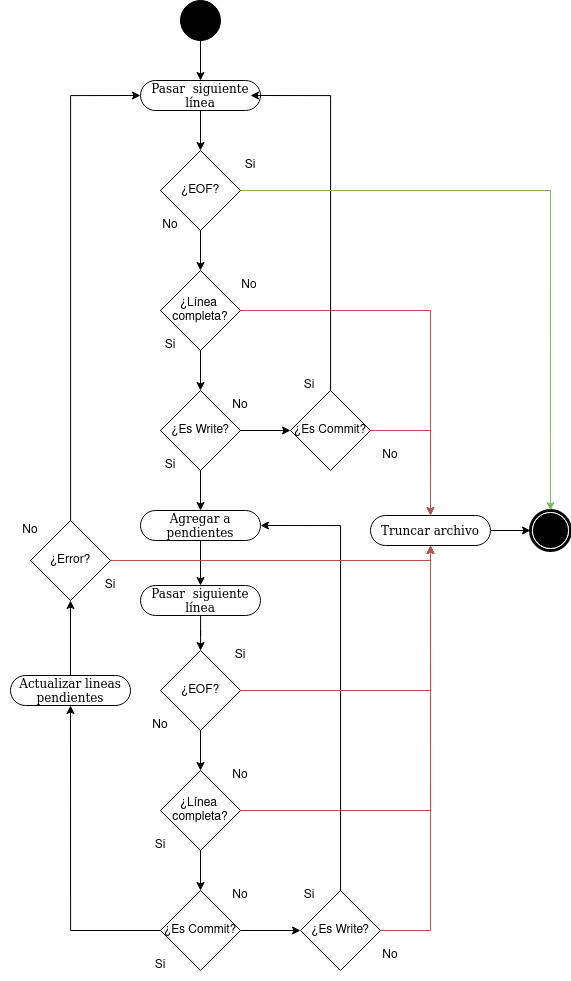
Above: imgs/actividades_recu.png in FrancoBar/Distribuidos-Tp2 (draw.io), before the change. Source tidied: cells renumbered, new cells last; positions are measured from the earlier drawing's top-left corner, leaving out a move shared by most shapes. The source it was exported from:
```xml
<mxGraphModel>
  <root>
    <mxCell id="0" />
    <mxCell id="1" parent="0" />
    <mxCell id="2" value="Si" style="text;html=1;strokeColor=none;fillColor=none;align=center;verticalAlign=middle;whiteSpace=wrap;rounded=0;" parent="1" vertex="1">
      <mxGeometry x="140" y="330" width="60" height="30" as="geometry" />
    </mxCell>
    <mxCell id="3" style="edgeStyle=orthogonalEdgeStyle;rounded=0;jettySize=auto;html=1;entryX=0.5;entryY=0;entryDx=0;entryDy=0;fontSize=12;startArrow=none;startFill=0;" parent="1" edge="1" source="5">
      <mxGeometry relative="1" as="geometry">
        <mxPoint x="200" y="510" as="targetPoint" />
      </mxGeometry>
    </mxCell>
    <mxCell id="4" style="edgeStyle=orthogonalEdgeStyle;rounded=0;jettySize=auto;html=1;entryX=0;entryY=0.5;entryDx=0;entryDy=0;fontSize=12;startArrow=none;startFill=0;" parent="1" edge="1" source="5" target="37">
      <mxGeometry relative="1" as="geometry" />
    </mxCell>
    <mxCell id="5" value="¿Es Write?" style="rhombus;whiteSpace=wrap;html=1;" parent="1" vertex="1">
      <mxGeometry x="160" y="390" width="80" height="80" as="geometry" />
    </mxCell>
    <mxCell id="6" style="edgeStyle=orthogonalEdgeStyle;rounded=0;jettySize=auto;html=1;entryX=0.5;entryY=0;entryDx=0;entryDy=0;fontSize=12;startArrow=none;startFill=0;" parent="1" edge="1" source="7" target="44">
      <mxGeometry relative="1" as="geometry" />
    </mxCell>
    <mxCell id="7" value="&lt;div&gt;Pasar&amp;nbsp; siguiente línea&lt;br&gt;&lt;/div&gt;" style="rounded=1;whiteSpace=wrap;html=1;shadow=0;comic=0;labelBackgroundColor=none;strokeWidth=1;fontFamily=Verdana;fontSize=12;align=center;arcSize=50;" parent="1" vertex="1">
      <mxGeometry x="140" y="80" width="120" height="30" as="geometry" />
    </mxCell>
    <mxCell id="8" style="edgeStyle=orthogonalEdgeStyle;rounded=0;jettySize=auto;html=1;entryX=0.5;entryY=0;entryDx=0;entryDy=0;fontSize=12;startArrow=none;startFill=0;" parent="1" edge="1" source="9" target="7">
      <mxGeometry relative="1" as="geometry" />
    </mxCell>
    <mxCell id="9" style="ellipse;whiteSpace=wrap;html=1;rounded=0;shadow=0;comic=0;labelBackgroundColor=none;strokeWidth=1;fillColor=#000000;fontFamily=Verdana;fontSize=12;align=center;" parent="1" vertex="1">
      <mxGeometry x="180" width="40" height="40" as="geometry" />
    </mxCell>
    <mxCell id="10" style="edgeStyle=orthogonalEdgeStyle;rounded=0;jettySize=auto;html=1;entryX=0.5;entryY=0;entryDx=0;entryDy=0;fontSize=12;startArrow=none;startFill=0;" parent="1" edge="1" source="12" target="5">
      <mxGeometry relative="1" as="geometry" />
    </mxCell>
    <mxCell id="11" style="edgeStyle=orthogonalEdgeStyle;rounded=0;jettySize=auto;html=1;entryX=0.5;entryY=0;entryDx=0;entryDy=0;fontSize=12;startArrow=none;startFill=0;fillColor=#f8cecc;strokeColor=#b85450;" parent="1" edge="1" source="12" target="39">
      <mxGeometry relative="1" as="geometry" />
    </mxCell>
    <mxCell id="12" value="¿Línea&amp;nbsp; completa?" style="rhombus;whiteSpace=wrap;html=1;" parent="1" vertex="1">
      <mxGeometry x="160" y="270" width="80" height="80" as="geometry" />
    </mxCell>
    <mxCell id="13" value="No" style="text;html=1;strokeColor=none;fillColor=none;align=center;verticalAlign=middle;whiteSpace=wrap;rounded=0;" parent="1" vertex="1">
      <mxGeometry x="219" y="270" width="60" height="30" as="geometry" />
    </mxCell>
    <mxCell id="14" value="Si" style="text;html=1;strokeColor=none;fillColor=none;align=center;verticalAlign=middle;whiteSpace=wrap;rounded=0;" parent="1" vertex="1">
      <mxGeometry x="140" y="450" width="60" height="30" as="geometry" />
    </mxCell>
    <mxCell id="15" value="No" style="text;html=1;strokeColor=none;fillColor=none;align=center;verticalAlign=middle;whiteSpace=wrap;rounded=0;" parent="1" vertex="1">
      <mxGeometry x="210" y="390" width="60" height="30" as="geometry" />
    </mxCell>
    <mxCell id="16" style="edgeStyle=orthogonalEdgeStyle;rounded=0;jettySize=auto;html=1;fontSize=12;startArrow=none;startFill=0;" parent="1" edge="1" source="17" target="48">
      <mxGeometry relative="1" as="geometry" />
    </mxCell>
    <mxCell id="17" value="&lt;div&gt;Pasar&amp;nbsp; siguiente línea&lt;br&gt;&lt;/div&gt;" style="rounded=1;whiteSpace=wrap;html=1;shadow=0;comic=0;labelBackgroundColor=none;strokeWidth=1;fontFamily=Verdana;fontSize=12;align=center;arcSize=50;" parent="1" vertex="1">
      <mxGeometry x="140" y="585" width="120" height="30" as="geometry" />
    </mxCell>
    <mxCell id="18" value="Si" style="text;html=1;strokeColor=none;fillColor=none;align=center;verticalAlign=middle;whiteSpace=wrap;rounded=0;" parent="1" vertex="1">
      <mxGeometry x="130" y="830" width="60" height="30" as="geometry" />
    </mxCell>
    <mxCell id="19" style="edgeStyle=orthogonalEdgeStyle;rounded=0;jettySize=auto;html=1;entryX=0;entryY=0.5;entryDx=0;entryDy=0;fontSize=12;startArrow=none;startFill=0;" parent="1" edge="1" source="21" target="32">
      <mxGeometry relative="1" as="geometry" />
    </mxCell>
    <mxCell id="20" style="edgeStyle=orthogonalEdgeStyle;rounded=0;jettySize=auto;html=1;entryX=0.5;entryY=1;entryDx=0;entryDy=0;fontSize=12;startArrow=none;startFill=0;" parent="1" edge="1" source="21" target="54">
      <mxGeometry relative="1" as="geometry" />
    </mxCell>
    <mxCell id="21" value="¿Es Commit?" style="rhombus;whiteSpace=wrap;html=1;" parent="1" vertex="1">
      <mxGeometry x="160" y="890" width="80" height="80" as="geometry" />
    </mxCell>
    <mxCell id="22" style="edgeStyle=orthogonalEdgeStyle;rounded=0;jettySize=auto;html=1;entryX=0.5;entryY=0;entryDx=0;entryDy=0;fontSize=12;startArrow=none;startFill=0;" parent="1" edge="1" source="24" target="21">
      <mxGeometry relative="1" as="geometry" />
    </mxCell>
    <mxCell id="23" style="edgeStyle=orthogonalEdgeStyle;rounded=0;jettySize=auto;html=1;entryX=0.5;entryY=1;entryDx=0;entryDy=0;fontSize=12;startArrow=none;startFill=0;fillColor=#f8cecc;strokeColor=#b85450;" parent="1" edge="1" source="24" target="39">
      <mxGeometry relative="1" as="geometry" />
    </mxCell>
    <mxCell id="24" value="¿Línea&amp;nbsp; completa?" style="rhombus;whiteSpace=wrap;html=1;" parent="1" vertex="1">
      <mxGeometry x="160" y="770" width="80" height="80" as="geometry" />
    </mxCell>
    <mxCell id="25" value="No" style="text;html=1;strokeColor=none;fillColor=none;align=center;verticalAlign=middle;whiteSpace=wrap;rounded=0;" parent="1" vertex="1">
      <mxGeometry x="210" y="760" width="60" height="30" as="geometry" />
    </mxCell>
    <mxCell id="26" value="Si" style="text;html=1;strokeColor=none;fillColor=none;align=center;verticalAlign=middle;whiteSpace=wrap;rounded=0;" parent="1" vertex="1">
      <mxGeometry x="130" y="950" width="60" height="30" as="geometry" />
    </mxCell>
    <mxCell id="27" value="No" style="text;html=1;strokeColor=none;fillColor=none;align=center;verticalAlign=middle;whiteSpace=wrap;rounded=0;" parent="1" vertex="1">
      <mxGeometry x="210" y="880" width="60" height="30" as="geometry" />
    </mxCell>
    <mxCell id="28" style="edgeStyle=orthogonalEdgeStyle;rounded=0;jettySize=auto;html=1;entryX=0.5;entryY=0;entryDx=0;entryDy=0;fontSize=12;startArrow=none;startFill=0;" parent="1" edge="1" source="29" target="17">
      <mxGeometry relative="1" as="geometry" />
    </mxCell>
    <mxCell id="29" value="Agregar a pendientes" style="rounded=1;whiteSpace=wrap;html=1;shadow=0;comic=0;labelBackgroundColor=none;strokeWidth=1;fontFamily=Verdana;fontSize=12;align=center;arcSize=50;" parent="1" vertex="1">
      <mxGeometry x="140" y="510" width="120" height="30" as="geometry" />
    </mxCell>
    <mxCell id="30" style="edgeStyle=orthogonalEdgeStyle;rounded=0;jettySize=auto;html=1;entryX=0.5;entryY=1;entryDx=0;entryDy=0;fontSize=12;startArrow=none;startFill=0;fillColor=#f8cecc;strokeColor=#b85450;" parent="1" edge="1" source="32" target="39">
      <mxGeometry relative="1" as="geometry">
        <Array as="points">
          <mxPoint x="430" y="930" />
        </Array>
      </mxGeometry>
    </mxCell>
    <mxCell id="31" style="edgeStyle=orthogonalEdgeStyle;rounded=0;jettySize=auto;html=1;entryX=1;entryY=0.5;entryDx=0;entryDy=0;fontSize=12;startArrow=none;startFill=0;" parent="1" edge="1" source="32" target="29">
      <mxGeometry relative="1" as="geometry">
        <Array as="points">
          <mxPoint x="340" y="525" />
        </Array>
      </mxGeometry>
    </mxCell>
    <mxCell id="32" value="¿Es Write?" style="rhombus;whiteSpace=wrap;html=1;" parent="1" vertex="1">
      <mxGeometry x="300" y="890" width="80" height="80" as="geometry" />
    </mxCell>
    <mxCell id="33" value="No" style="text;html=1;strokeColor=none;fillColor=none;align=center;verticalAlign=middle;whiteSpace=wrap;rounded=0;" parent="1" vertex="1">
      <mxGeometry x="360" y="940" width="60" height="30" as="geometry" />
    </mxCell>
    <mxCell id="34" value="Si" style="text;html=1;strokeColor=none;fillColor=none;align=center;verticalAlign=middle;whiteSpace=wrap;rounded=0;" parent="1" vertex="1">
      <mxGeometry x="279" y="880" width="60" height="30" as="geometry" />
    </mxCell>
    <mxCell id="35" style="edgeStyle=orthogonalEdgeStyle;rounded=0;jettySize=auto;html=1;entryX=0.5;entryY=0;entryDx=0;entryDy=0;fontSize=12;startArrow=none;startFill=0;fillColor=#f8cecc;strokeColor=#b85450;" parent="1" edge="1" source="37" target="39">
      <mxGeometry relative="1" as="geometry">
        <Array as="points">
          <mxPoint x="430" y="430" />
        </Array>
      </mxGeometry>
    </mxCell>
    <mxCell id="36" style="edgeStyle=orthogonalEdgeStyle;rounded=0;jettySize=auto;html=1;entryX=1;entryY=0.5;entryDx=0;entryDy=0;fontSize=12;startArrow=none;startFill=0;" parent="1" edge="1" source="37">
      <mxGeometry relative="1" as="geometry">
        <mxPoint x="250" y="95" as="targetPoint" />
        <Array as="points">
          <mxPoint x="330" y="95" />
        </Array>
      </mxGeometry>
    </mxCell>
    <mxCell id="37" value="¿Es Commit?" style="rhombus;whiteSpace=wrap;html=1;" parent="1" vertex="1">
      <mxGeometry x="290" y="390" width="80" height="80" as="geometry" />
    </mxCell>
    <mxCell id="38" style="edgeStyle=orthogonalEdgeStyle;rounded=0;jettySize=auto;html=1;entryX=0;entryY=0.5;entryDx=0;entryDy=0;fontSize=12;startArrow=none;startFill=0;" parent="1" edge="1" source="39" target="40">
      <mxGeometry relative="1" as="geometry" />
    </mxCell>
    <mxCell id="39" value="Truncar archivo" style="rounded=1;whiteSpace=wrap;html=1;shadow=0;comic=0;labelBackgroundColor=none;strokeWidth=1;fontFamily=Verdana;fontSize=12;align=center;arcSize=50;" parent="1" vertex="1">
      <mxGeometry x="370" y="515" width="120" height="30" as="geometry" />
    </mxCell>
    <mxCell id="40" style="shape=mxgraph.bpmn.shape;html=1;verticalLabelPosition=bottom;labelBackgroundColor=#ffffff;verticalAlign=top;perimeter=ellipsePerimeter;outline=end;symbol=terminate;rounded=0;shadow=0;comic=0;strokeWidth=1;fontFamily=Verdana;fontSize=12;align=center;" parent="1" vertex="1">
      <mxGeometry x="530" y="510" width="40" height="40" as="geometry" />
    </mxCell>
    <mxCell id="41" value="No" style="text;html=1;strokeColor=none;fillColor=none;align=center;verticalAlign=middle;whiteSpace=wrap;rounded=0;" parent="1" vertex="1">
      <mxGeometry x="140" y="210" width="60" height="30" as="geometry" />
    </mxCell>
    <mxCell id="42" style="edgeStyle=orthogonalEdgeStyle;rounded=0;jettySize=auto;html=1;entryX=0.5;entryY=0;entryDx=0;entryDy=0;fontSize=12;startArrow=none;startFill=0;" parent="1" edge="1" source="44" target="12">
      <mxGeometry relative="1" as="geometry" />
    </mxCell>
    <mxCell id="43" style="edgeStyle=orthogonalEdgeStyle;rounded=0;jettySize=auto;html=1;entryX=0.5;entryY=0;entryDx=0;entryDy=0;fontSize=12;startArrow=none;startFill=0;fillColor=#d5e8d4;strokeColor=#82b366;" parent="1" edge="1" source="44" target="40">
      <mxGeometry relative="1" as="geometry" />
    </mxCell>
    <mxCell id="44" value="¿EOF?" style="rhombus;whiteSpace=wrap;html=1;" parent="1" vertex="1">
      <mxGeometry x="160" y="150" width="80" height="80" as="geometry" />
    </mxCell>
    <mxCell id="45" value="Si" style="text;html=1;strokeColor=none;fillColor=none;align=center;verticalAlign=middle;whiteSpace=wrap;rounded=0;" parent="1" vertex="1">
      <mxGeometry x="220" y="150" width="60" height="30" as="geometry" />
    </mxCell>
    <mxCell id="46" style="edgeStyle=orthogonalEdgeStyle;rounded=0;jettySize=auto;html=1;entryX=0.5;entryY=0;entryDx=0;entryDy=0;fontSize=12;startArrow=none;startFill=0;" parent="1" edge="1" source="48" target="24">
      <mxGeometry relative="1" as="geometry" />
    </mxCell>
    <mxCell id="47" style="edgeStyle=orthogonalEdgeStyle;rounded=0;jettySize=auto;html=1;entryX=0.5;entryY=1;entryDx=0;entryDy=0;fontSize=12;startArrow=none;startFill=0;fillColor=#f8cecc;strokeColor=#b85450;" parent="1" edge="1" source="48" target="39">
      <mxGeometry relative="1" as="geometry" />
    </mxCell>
    <mxCell id="48" value="¿EOF?" style="rhombus;whiteSpace=wrap;html=1;" parent="1" vertex="1">
      <mxGeometry x="160" y="650" width="80" height="80" as="geometry" />
    </mxCell>
    <mxCell id="49" value="Si" style="text;html=1;strokeColor=none;fillColor=none;align=center;verticalAlign=middle;whiteSpace=wrap;rounded=0;" parent="1" vertex="1">
      <mxGeometry x="279" y="370" width="60" height="30" as="geometry" />
    </mxCell>
    <mxCell id="50" value="No" style="text;html=1;strokeColor=none;fillColor=none;align=center;verticalAlign=middle;whiteSpace=wrap;rounded=0;" parent="1" vertex="1">
      <mxGeometry x="360" y="440" width="60" height="30" as="geometry" />
    </mxCell>
    <mxCell id="51" value="No" style="text;html=1;strokeColor=none;fillColor=none;align=center;verticalAlign=middle;whiteSpace=wrap;rounded=0;" parent="1" vertex="1">
      <mxGeometry x="130" y="710" width="60" height="30" as="geometry" />
    </mxCell>
    <mxCell id="52" value="Si" style="text;html=1;strokeColor=none;fillColor=none;align=center;verticalAlign=middle;whiteSpace=wrap;rounded=0;" parent="1" vertex="1">
      <mxGeometry x="210" y="640" width="60" height="30" as="geometry" />
    </mxCell>
    <mxCell id="53" style="edgeStyle=orthogonalEdgeStyle;rounded=0;jettySize=auto;html=1;entryX=0.5;entryY=1;entryDx=0;entryDy=0;fontSize=12;startArrow=none;startFill=0;" parent="1" edge="1" source="54" target="57">
      <mxGeometry relative="1" as="geometry" />
    </mxCell>
    <mxCell id="54" value="&lt;div&gt;Actualizar lineas&lt;/div&gt;&lt;div&gt;pendientes&lt;br&gt;&lt;/div&gt;" style="rounded=1;whiteSpace=wrap;html=1;shadow=0;comic=0;labelBackgroundColor=none;strokeWidth=1;fontFamily=Verdana;fontSize=12;align=center;arcSize=50;" parent="1" vertex="1">
      <mxGeometry x="10" y="675" width="120" height="30" as="geometry" />
    </mxCell>
    <mxCell id="55" style="edgeStyle=orthogonalEdgeStyle;rounded=0;jettySize=auto;html=1;entryX=0;entryY=0.5;entryDx=0;entryDy=0;fontSize=12;startArrow=none;startFill=0;" parent="1" edge="1" source="57" target="7">
      <mxGeometry relative="1" as="geometry">
        <Array as="points">
          <mxPoint x="70" y="95" />
        </Array>
      </mxGeometry>
    </mxCell>
    <mxCell id="56" style="edgeStyle=orthogonalEdgeStyle;rounded=0;jettySize=auto;html=1;fontSize=12;startArrow=none;startFill=0;fillColor=#f8cecc;strokeColor=#b85450;entryX=0.5;entryY=1;entryDx=0;entryDy=0;" parent="1" edge="1" source="57" target="39">
      <mxGeometry relative="1" as="geometry">
        <Array as="points">
          <mxPoint x="430" y="560" />
        </Array>
      </mxGeometry>
    </mxCell>
    <mxCell id="57" value="¿Error?" style="rhombus;whiteSpace=wrap;html=1;" parent="1" vertex="1">
      <mxGeometry x="30" y="520" width="80" height="80" as="geometry" />
    </mxCell>
    <mxCell id="58" value="Si" style="text;html=1;strokeColor=none;fillColor=none;align=center;verticalAlign=middle;whiteSpace=wrap;rounded=0;" parent="1" vertex="1">
      <mxGeometry x="80" y="570" width="60" height="30" as="geometry" />
    </mxCell>
    <mxCell id="59" value="No" style="text;html=1;strokeColor=none;fillColor=none;align=center;verticalAlign=middle;whiteSpace=wrap;rounded=0;" parent="1" vertex="1">
      <mxGeometry y="515" width="60" height="30" as="geometry" />
    </mxCell>
  </root>
</mxGraphModel>
```
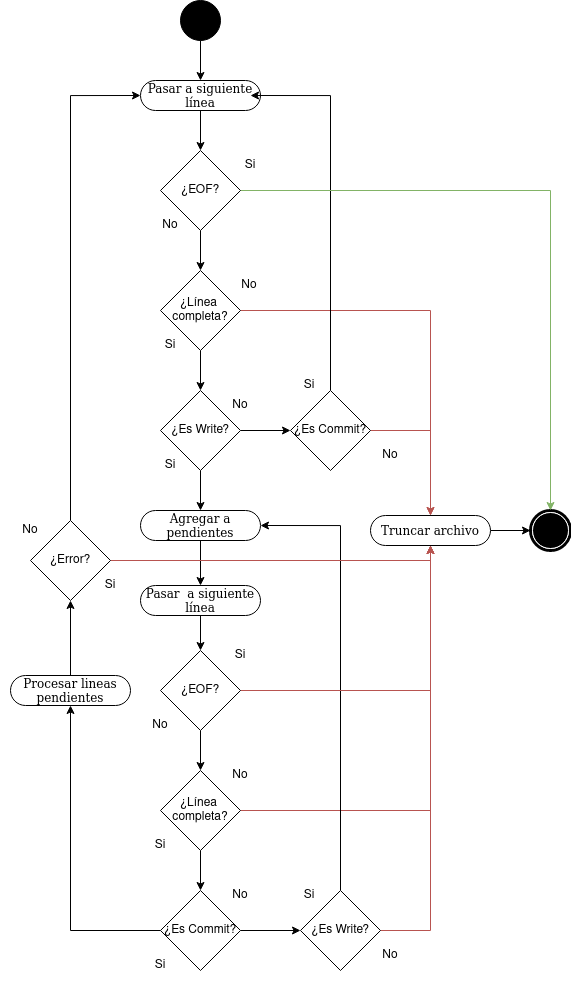
After the commit.

Diff of the diagram source:
```diff
@@ -19,7 +19,7 @@
     <mxCell id="6" style="edgeStyle=orthogonalEdgeStyle;rounded=0;jettySize=auto;html=1;entryX=0.5;entryY=0;entryDx=0;entryDy=0;fontSize=12;startArrow=none;startFill=0;" parent="1" edge="1" source="7" target="44">
       <mxGeometry relative="1" as="geometry" />
     </mxCell>
-    <mxCell id="7" value="&lt;div&gt;Pasar&amp;nbsp; siguiente línea&lt;br&gt;&lt;/div&gt;" style="rounded=1;whiteSpace=wrap;html=1;shadow=0;comic=0;labelBackgroundColor=none;strokeWidth=1;fontFamily=Verdana;fontSize=12;align=center;arcSize=50;" parent="1" vertex="1">
+    <mxCell id="7" value="&lt;div&gt;Pasar a siguiente línea&lt;br&gt;&lt;/div&gt;" style="rounded=1;whiteSpace=wrap;html=1;shadow=0;comic=0;labelBackgroundColor=none;strokeWidth=1;fontFamily=Verdana;fontSize=12;align=center;arcSize=50;" parent="1" vertex="1">
       <mxGeometry x="140" y="80" width="120" height="30" as="geometry" />
     </mxCell>
     <mxCell id="8" style="edgeStyle=orthogonalEdgeStyle;rounded=0;jettySize=auto;html=1;entryX=0.5;entryY=0;entryDx=0;entryDy=0;fontSize=12;startArrow=none;startFill=0;" parent="1" edge="1" source="9" target="7">
@@ -49,7 +49,7 @@
     <mxCell id="16" style="edgeStyle=orthogonalEdgeStyle;rounded=0;jettySize=auto;html=1;fontSize=12;startArrow=none;startFill=0;" parent="1" edge="1" source="17" target="48">
       <mxGeometry relative="1" as="geometry" />
     </mxCell>
-    <mxCell id="17" value="&lt;div&gt;Pasar&amp;nbsp; siguiente línea&lt;br&gt;&lt;/div&gt;" style="rounded=1;whiteSpace=wrap;html=1;shadow=0;comic=0;labelBackgroundColor=none;strokeWidth=1;fontFamily=Verdana;fontSize=12;align=center;arcSize=50;" parent="1" vertex="1">
+    <mxCell id="17" value="&lt;div&gt;Pasar&amp;nbsp; a siguiente línea&lt;br&gt;&lt;/div&gt;" style="rounded=1;whiteSpace=wrap;html=1;shadow=0;comic=0;labelBackgroundColor=none;strokeWidth=1;fontFamily=Verdana;fontSize=12;align=center;arcSize=50;" parent="1" vertex="1">
       <mxGeometry x="140" y="585" width="120" height="30" as="geometry" />
     </mxCell>
     <mxCell id="18" value="Si" style="text;html=1;strokeColor=none;fillColor=none;align=center;verticalAlign=middle;whiteSpace=wrap;rounded=0;" parent="1" vertex="1">
@@ -177,7 +177,7 @@
     <mxCell id="53" style="edgeStyle=orthogonalEdgeStyle;rounded=0;jettySize=auto;html=1;entryX=0.5;entryY=1;entryDx=0;entryDy=0;fontSize=12;startArrow=none;startFill=0;" parent="1" edge="1" source="54" target="57">
       <mxGeometry relative="1" as="geometry" />
     </mxCell>
-    <mxCell id="54" value="&lt;div&gt;Actualizar lineas&lt;/div&gt;&lt;div&gt;pendientes&lt;br&gt;&lt;/div&gt;" style="rounded=1;whiteSpace=wrap;html=1;shadow=0;comic=0;labelBackgroundColor=none;strokeWidth=1;fontFamily=Verdana;fontSize=12;align=center;arcSize=50;" parent="1" vertex="1">
+    <mxCell id="54" value="&lt;div&gt;Procesar lineas&lt;/div&gt;&lt;div&gt;pendientes&lt;br&gt;&lt;/div&gt;" style="rounded=1;whiteSpace=wrap;html=1;shadow=0;comic=0;labelBackgroundColor=none;strokeWidth=1;fontFamily=Verdana;fontSize=12;align=center;arcSize=50;" parent="1" vertex="1">
       <mxGeometry x="10" y="675" width="120" height="30" as="geometry" />
     </mxCell>
     <mxCell id="55" style="edgeStyle=orthogonalEdgeStyle;rounded=0;jettySize=auto;html=1;entryX=0;entryY=0.5;entryDx=0;entryDy=0;fontSize=12;startArrow=none;startFill=0;" parent="1" edge="1" source="57" target="7">
```
